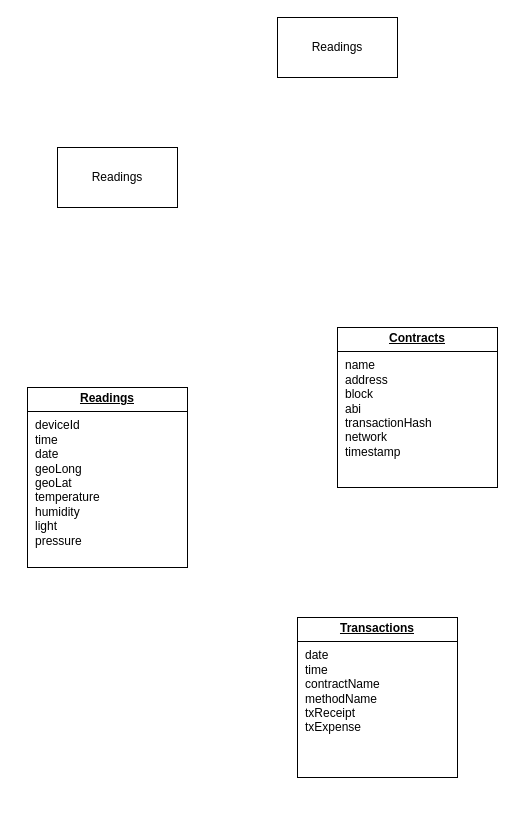
Before: page "Page-4" (4 of 4) of docs/IoTProject.drawio in kronleuchter85/ceiot_proyecto_especializacion, a draw.io diagram. Source tidied: cells renumbered, new cells numbered last; positions are measured from the earlier drawing's top-left corner, leaving out a move shared by most shapes. Both pictures are drawn from the tidied source at 100%, with x=0, y=0 at pixel (27, 17).
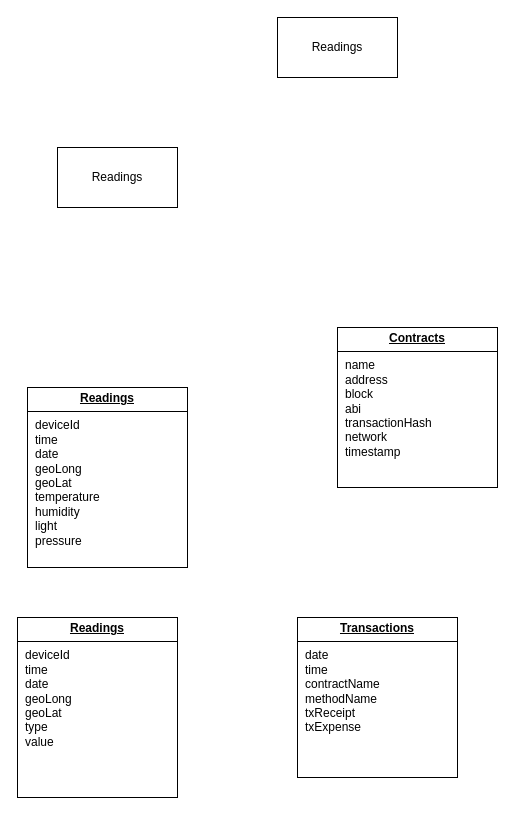
The same diagram, later.

What changed in the source:
```diff
@@
 <mxGraphModel>
   <root>
     <mxCell id="0" />
     <mxCell id="1" parent="0" />
     <mxCell id="2" value="Readings" style="rounded=0;whiteSpace=wrap;html=1;" parent="1" vertex="1">
       <mxGeometry x="30" y="130" width="120" height="60" as="geometry" />
     </mxCell>
     <mxCell id="3" value="Readings" style="rounded=0;whiteSpace=wrap;html=1;" parent="1" vertex="1">
       <mxGeometry x="250" width="120" height="60" as="geometry" />
     </mxCell>
     <mxCell id="4" value="&lt;p style=&quot;margin:0px;margin-top:4px;text-align:center;text-decoration:underline;&quot;&gt;&lt;b&gt;Readings&lt;/b&gt;&lt;/p&gt;&lt;hr size=&quot;1&quot; style=&quot;border-style:solid;&quot;&gt;&lt;p style=&quot;margin:0px;margin-left:8px;&quot;&gt;deviceId&lt;/p&gt;&lt;p style=&quot;margin:0px;margin-left:8px;&quot;&gt;time&lt;/p&gt;&lt;p style=&quot;margin:0px;margin-left:8px;&quot;&gt;date&lt;/p&gt;&lt;p style=&quot;margin:0px;margin-left:8px;&quot;&gt;geoLong&lt;/p&gt;&lt;p style=&quot;margin:0px;margin-left:8px;&quot;&gt;geoLat&lt;/p&gt;&lt;p style=&quot;margin:0px;margin-left:8px;&quot;&gt;temperature&lt;/p&gt;&lt;p style=&quot;margin:0px;margin-left:8px;&quot;&gt;humidity&lt;/p&gt;&lt;p style=&quot;margin:0px;margin-left:8px;&quot;&gt;light&lt;/p&gt;&lt;p style=&quot;margin:0px;margin-left:8px;&quot;&gt;pressure&lt;/p&gt;" style="verticalAlign=top;align=left;overflow=fill;html=1;whiteSpace=wrap;" parent="1" vertex="1">
       <mxGeometry y="370" width="160" height="180" as="geometry" />
     </mxCell>
     <mxCell id="5" value="&lt;p style=&quot;margin:0px;margin-top:4px;text-align:center;text-decoration:underline;&quot;&gt;&lt;b&gt;Contracts&lt;/b&gt;&lt;/p&gt;&lt;hr size=&quot;1&quot; style=&quot;border-style:solid;&quot;&gt;&lt;p style=&quot;margin:0px;margin-left:8px;&quot;&gt;name&lt;/p&gt;&lt;p style=&quot;margin:0px;margin-left:8px;&quot;&gt;address&lt;/p&gt;&lt;p style=&quot;margin:0px;margin-left:8px;&quot;&gt;block&lt;/p&gt;&lt;p style=&quot;margin:0px;margin-left:8px;&quot;&gt;abi&lt;/p&gt;&lt;p style=&quot;margin:0px;margin-left:8px;&quot;&gt;transactionHash&lt;/p&gt;&lt;p style=&quot;margin:0px;margin-left:8px;&quot;&gt;network&lt;/p&gt;&lt;p style=&quot;margin:0px;margin-left:8px;&quot;&gt;timestamp&lt;/p&gt;" style="verticalAlign=top;align=left;overflow=fill;html=1;whiteSpace=wrap;" parent="1" vertex="1">
       <mxGeometry x="310" y="310" width="160" height="160" as="geometry" />
     </mxCell>
     <mxCell id="6" value="&lt;p style=&quot;margin:0px;margin-top:4px;text-align:center;text-decoration:underline;&quot;&gt;&lt;b&gt;Transactions&lt;/b&gt;&lt;/p&gt;&lt;hr size=&quot;1&quot; style=&quot;border-style:solid;&quot;&gt;&lt;p style=&quot;margin:0px;margin-left:8px;&quot;&gt;&lt;span style=&quot;background-color: initial;&quot;&gt;date&lt;/span&gt;&lt;br&gt;&lt;/p&gt;&lt;p style=&quot;margin:0px;margin-left:8px;&quot;&gt;time&lt;/p&gt;&lt;p style=&quot;margin:0px;margin-left:8px;&quot;&gt;&lt;span style=&quot;background-color: initial;&quot;&gt;contractName&lt;/span&gt;&lt;br&gt;&lt;/p&gt;&lt;p style=&quot;margin:0px;margin-left:8px;&quot;&gt;methodName&lt;/p&gt;&lt;p style=&quot;margin:0px;margin-left:8px;&quot;&gt;txReceipt&lt;/p&gt;&lt;p style=&quot;margin:0px;margin-left:8px;&quot;&gt;txExpense&lt;/p&gt;" style="verticalAlign=top;align=left;overflow=fill;html=1;whiteSpace=wrap;" parent="1" vertex="1">
       <mxGeometry x="270" y="600" width="160" height="160" as="geometry" />
     </mxCell>
+    <mxCell id="7" value="&lt;p style=&quot;margin:0px;margin-top:4px;text-align:center;text-decoration:underline;&quot;&gt;&lt;b&gt;Readings&lt;/b&gt;&lt;/p&gt;&lt;hr size=&quot;1&quot; style=&quot;border-style:solid;&quot;&gt;&lt;p style=&quot;margin:0px;margin-left:8px;&quot;&gt;deviceId&lt;/p&gt;&lt;p style=&quot;margin:0px;margin-left:8px;&quot;&gt;time&lt;/p&gt;&lt;p style=&quot;margin:0px;margin-left:8px;&quot;&gt;date&lt;/p&gt;&lt;p style=&quot;margin:0px;margin-left:8px;&quot;&gt;geoLong&lt;/p&gt;&lt;p style=&quot;margin:0px;margin-left:8px;&quot;&gt;geoLat&lt;/p&gt;&lt;p style=&quot;margin:0px;margin-left:8px;&quot;&gt;type&lt;/p&gt;&lt;p style=&quot;margin:0px;margin-left:8px;&quot;&gt;value&lt;/p&gt;" style="verticalAlign=top;align=left;overflow=fill;html=1;whiteSpace=wrap;" parent="1" vertex="1">
+      <mxGeometry x="-10" y="600" width="160" height="180" as="geometry" />
+    </mxCell>
   </root>
 </mxGraphModel>
```
